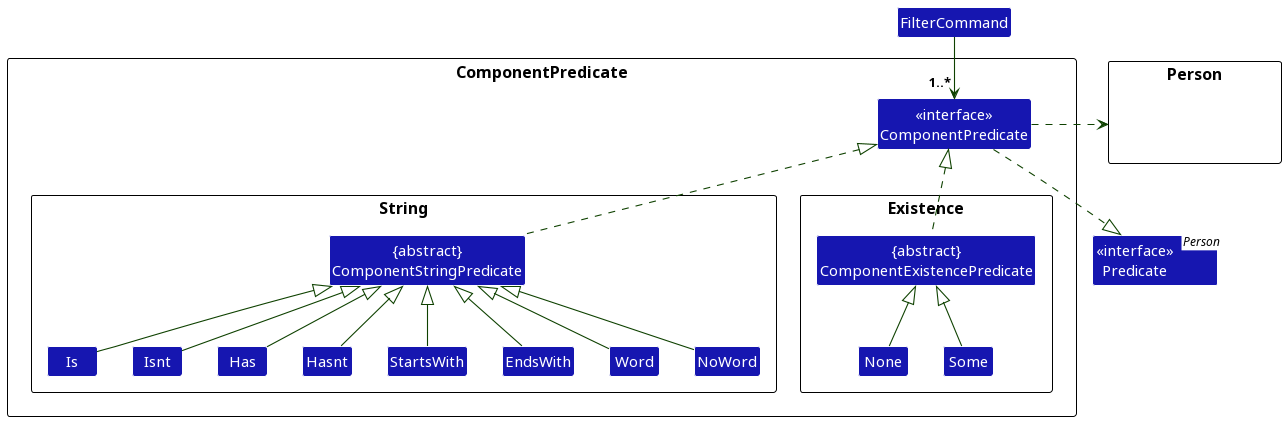
Earlier version of the PlantUML export docs/images/ComponentPredicateClassDiagram.png (AY2324S2-CS2103T-W13-2/tp).
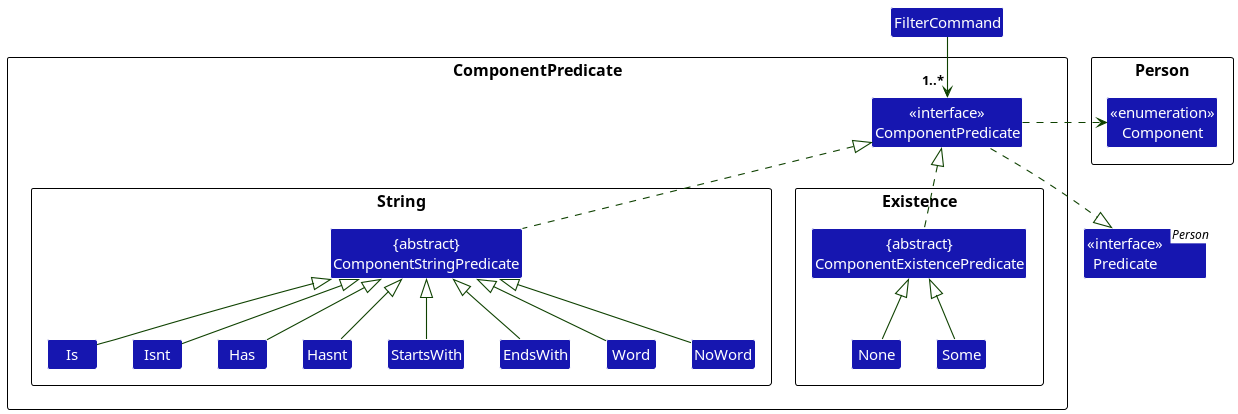
The same file after the commit.

Change to the diagram source:
```diff
@@ -27,7 +27,7 @@
 }
 
 package Person {
-Class HiddenPerson #ffffff
+Class "<<enumeration>>\nComponent" as Component
 }
 
 FilterCommand --> "1..*" PredicateInterface
@@ -47,7 +47,7 @@
 ExistencePredicate <|-- None
 ExistencePredicate <|-- Some
 
-Person <.left. PredicateInterface
+Component <.left. PredicateInterface
 
 class "<<interface>>\nPredicate<Person>" as Predicate
 Predicate <|.up. PredicateInterface
```
